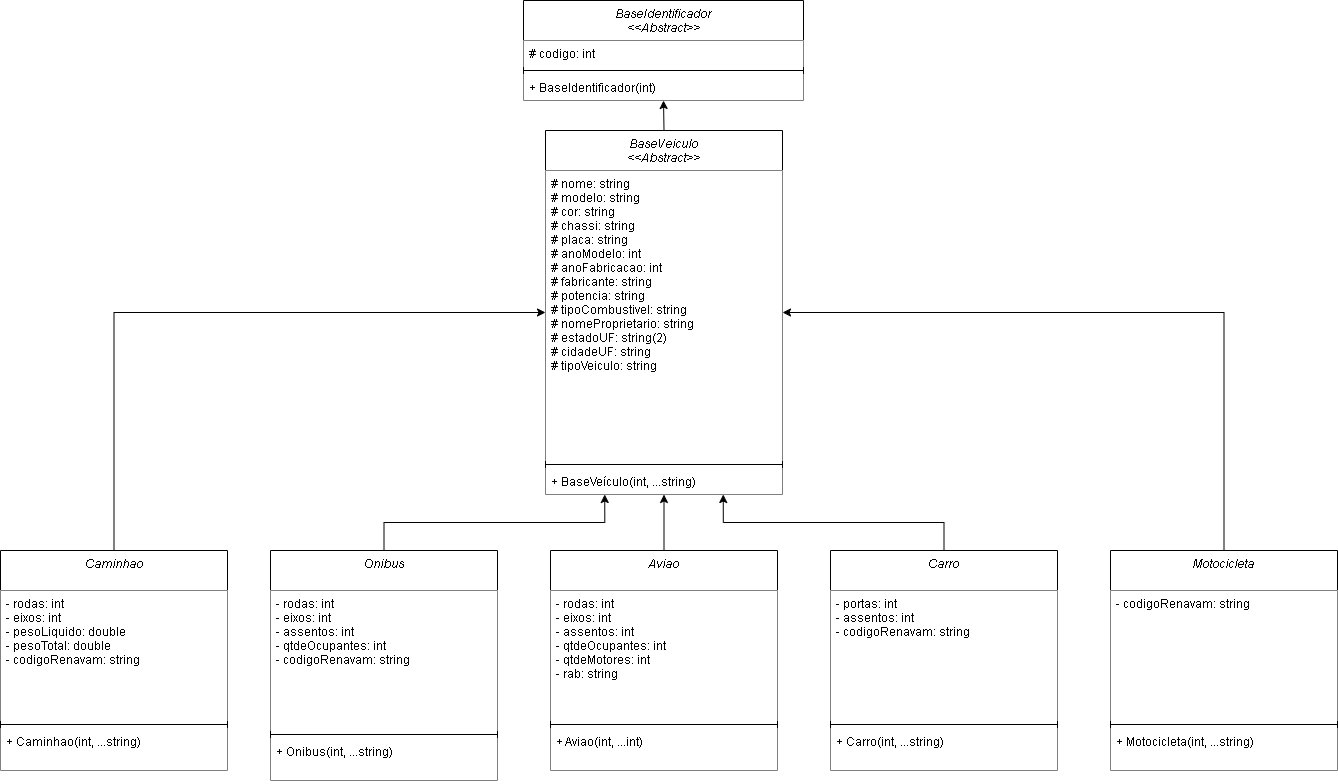
The draw.io diagram ATIVIDADE05.drawio.png in LipeCoelho21/atividade-05, before a commit. Source tidied: cells renumbered, new cells last; positions are measured from the earlier drawing's top-left corner, leaving out a move shared by most shapes.
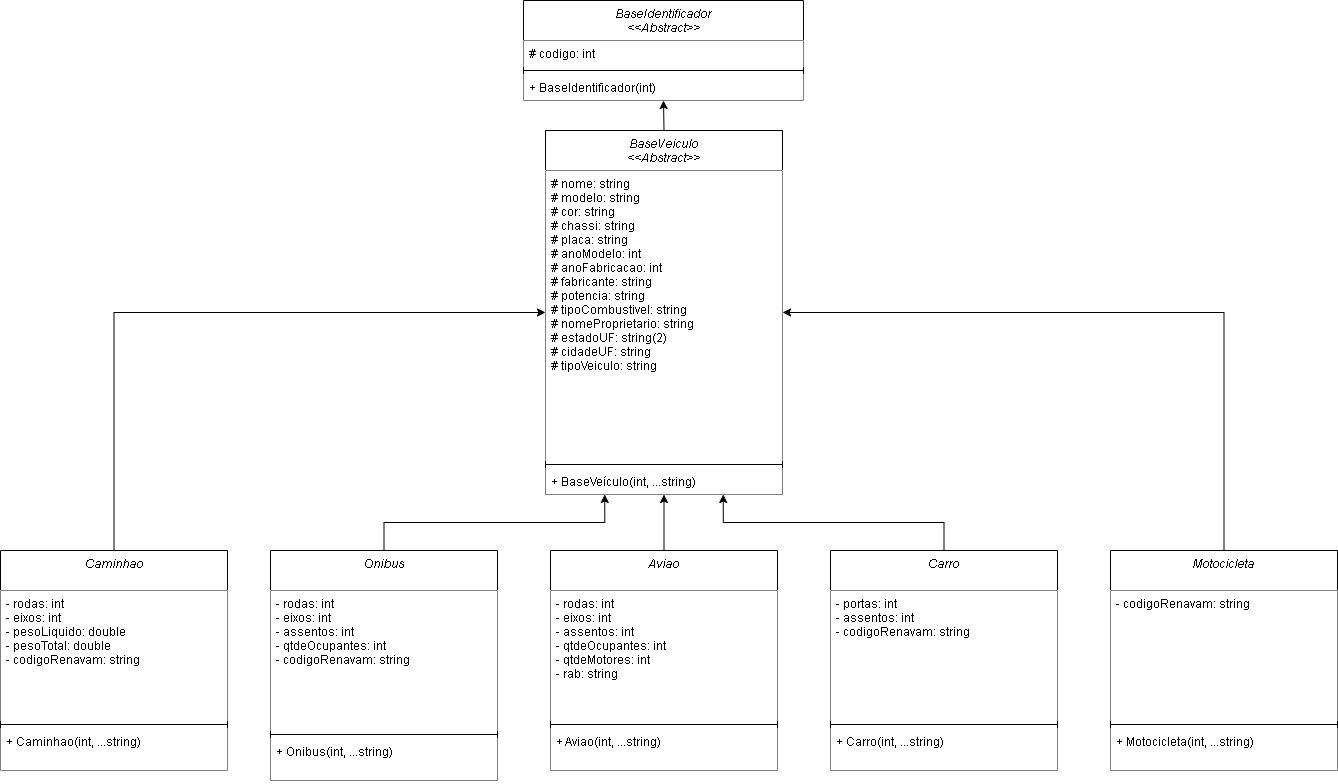
The same diagram one commit later.

Change to the diagram source:
```diff
@@ -101,7 +101,7 @@
     <mxCell id="34" style="line;html=1;strokeWidth=1;align=left;verticalAlign=middle;spacingTop=-1;spacingLeft=3;spacingRight=3;labelPosition=right;" parent="32" vertex="1">
       <mxGeometry y="170" width="227" height="8" as="geometry" />
     </mxCell>
-    <mxCell id="35" value="+ Aviao(int, ...int)" style="text;align=left;verticalAlign=top;spacingLeft=4;spacingRight=4;overflow=hidden;fillColor=default;" parent="32" vertex="1">
+    <mxCell id="35" value="+ Aviao(int, ...string)" style="text;align=left;verticalAlign=top;spacingLeft=4;spacingRight=4;overflow=hidden;fillColor=default;" parent="32" vertex="1">
       <mxGeometry y="178" width="227" height="42" as="geometry" />
     </mxCell>
   </root>
```
